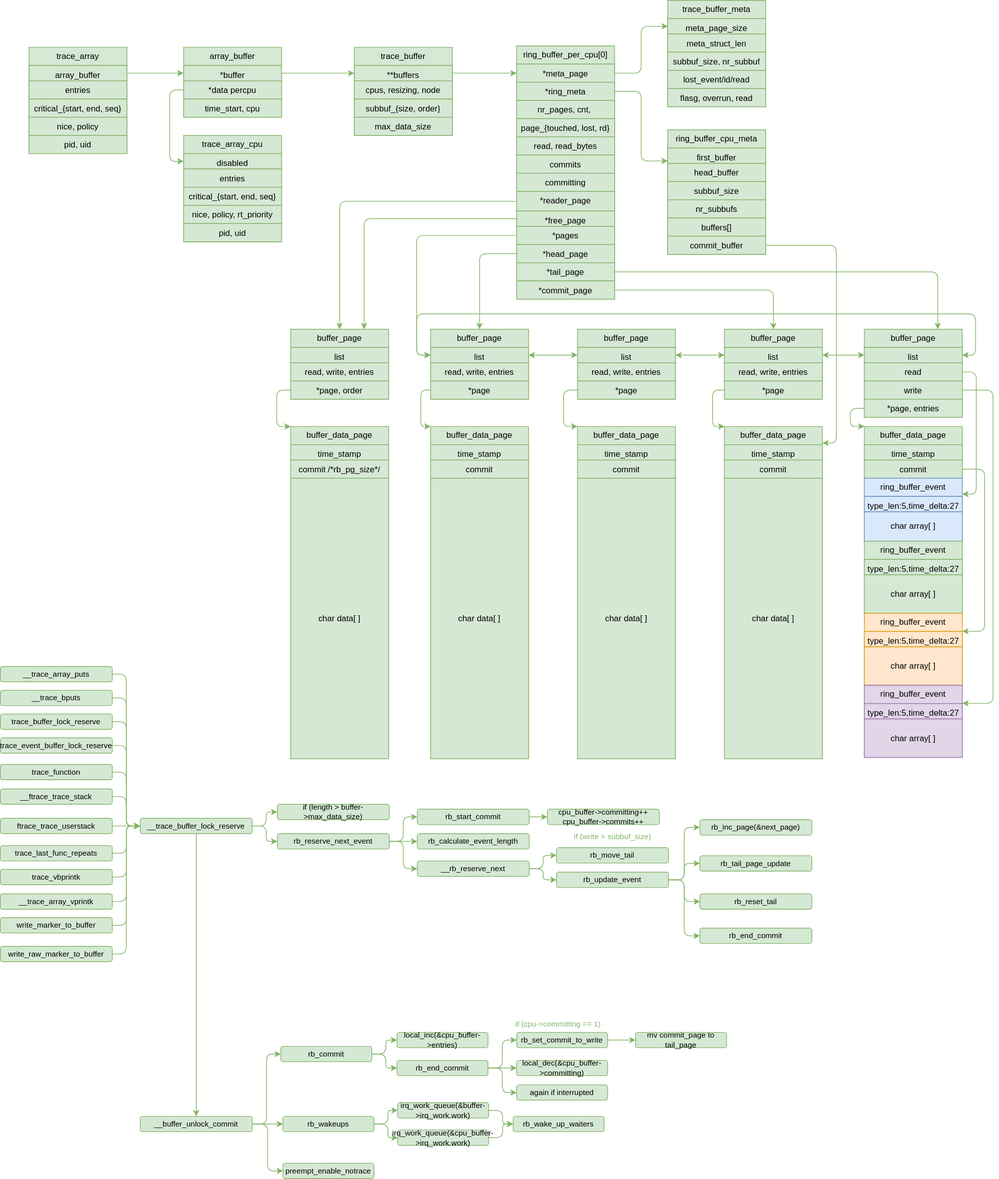
Before: images/kernel/trace-trace_buffer.drawio.svg, a diagram exported from draw.io (jemmy512/book-notes). Source tidied: cells renumbered, new cells last; positions are measured from the earlier drawing's top-left corner, leaving out a move shared by most shapes.
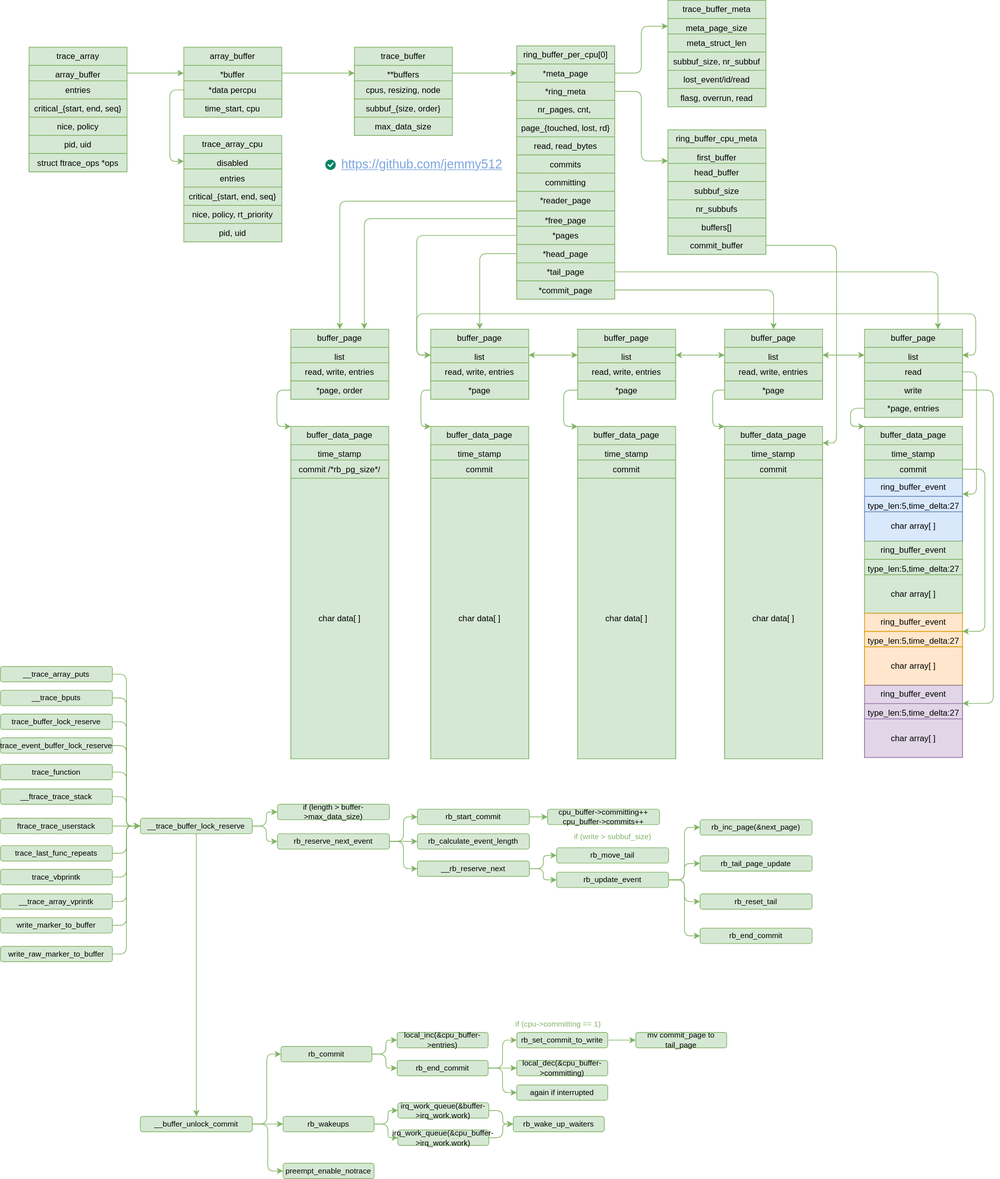
The same diagram one commit later.

Commit message:
tracer - tracepoint - trace_array

Change to the diagram source:
```diff
@@ -436,7 +436,7 @@
       <mxGeometry relative="1" as="geometry" />
     </mxCell>
     <mxCell id="139" value="&lt;p&gt;trace_array&lt;/p&gt;" style="swimlane;fontStyle=0;horizontal=1;startSize=26;fillColor=#d5e8d4;whiteSpace=wrap;html=1;strokeColor=#82b366;align=center;" parent="1" vertex="1">
-      <mxGeometry x="41" y="67" width="140" height="152" as="geometry" />
+      <mxGeometry x="41" y="67" width="140" height="178" as="geometry" />
     </mxCell>
     <mxCell id="140" value="array_buffer" style="text;strokeColor=#82b366;fillColor=#d5e8d4;align=center;verticalAlign=top;spacingLeft=4;spacingRight=4;overflow=hidden;points=[[0,0.5],[1,0.5]];portConstraint=eastwest;whiteSpace=wrap;html=1;" parent="139" vertex="1">
       <mxGeometry y="26" width="140" height="22" as="geometry" />
@@ -453,6 +453,9 @@
     <mxCell id="144" value="pid, uid" style="text;strokeColor=#82b366;fillColor=#d5e8d4;align=center;verticalAlign=top;spacingLeft=4;spacingRight=4;overflow=hidden;whiteSpace=wrap;html=1;" parent="139" vertex="1">
       <mxGeometry y="126" width="140" height="26" as="geometry" />
     </mxCell>
+    <mxCell id="205" value="struct ftrace_ops *ops" style="text;strokeColor=#82b366;fillColor=#d5e8d4;align=center;verticalAlign=top;spacingLeft=4;spacingRight=4;overflow=hidden;whiteSpace=wrap;html=1;" parent="139" vertex="1">
+      <mxGeometry y="152" width="140" height="26" as="geometry" />
+    </mxCell>
     <mxCell id="145" style="edgeStyle=orthogonalEdgeStyle;curved=0;rounded=1;jettySize=auto;html=1;entryX=0;entryY=0.5;entryDx=0;entryDy=0;strokeColor=#82b366;align=center;verticalAlign=middle;fontFamily=Helvetica;fontSize=11;fontColor=default;labelBackgroundColor=default;endArrow=classic;fillColor=#d5e8d4;" parent="1" edge="1" source="140" target="128">
       <mxGeometry relative="1" as="geometry" />
     </mxCell>
@@ -653,5 +656,11 @@
         </Array>
       </mxGeometry>
     </mxCell>
+    <mxCell id="206" style="html=1;shadow=0;dashed=0;shape=mxgraph.atlassian.checkbox;fillColor=#008465;strokeColor=none;html=1;sketch=0;fontSize=16;" parent="1" vertex="1">
+      <mxGeometry x="464.3" y="227.5" width="15" height="15" as="geometry" />
+    </mxCell>
+    <mxCell id="207" value="https://github.com/jemmy512" style="text;html=1;strokeColor=none;fillColor=none;whiteSpace=wrap;align=center;verticalAlign=middle;fontColor=#7EA6E0;fontStyle=4;fontSize=18;" parent="1" vertex="1">
+      <mxGeometry x="516.8" y="215" width="170.9" height="40" as="geometry" />
+    </mxCell>
   </root>
 </mxGraphModel>
```
